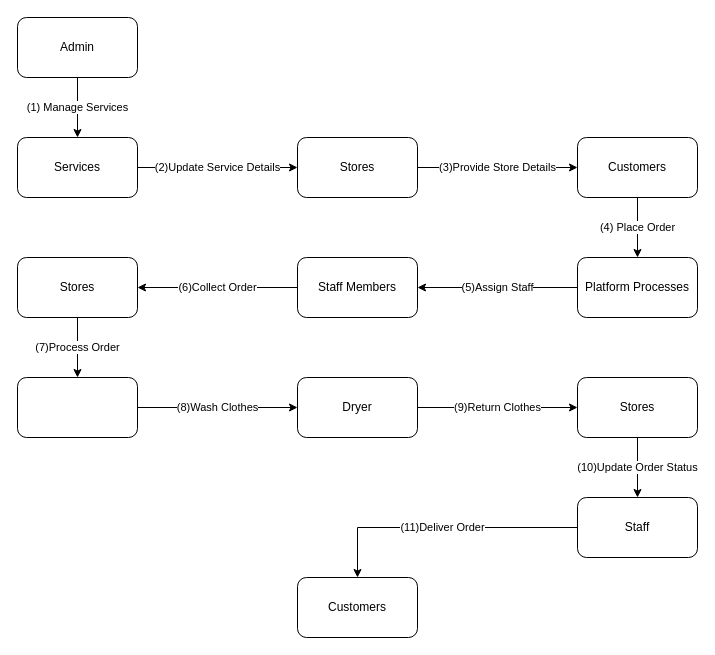
Above: Untitled Diagram.drawio in loint5201/Laundry-MiddlePlatform (draw.io), before the change. Source tidied: cells renumbered, new cells numbered last; positions are measured from the earlier drawing's top-left corner, leaving out a move shared by most shapes. Both pictures are drawn from the tidied source at 100%, with x=0, y=0 at pixel (17, 17).
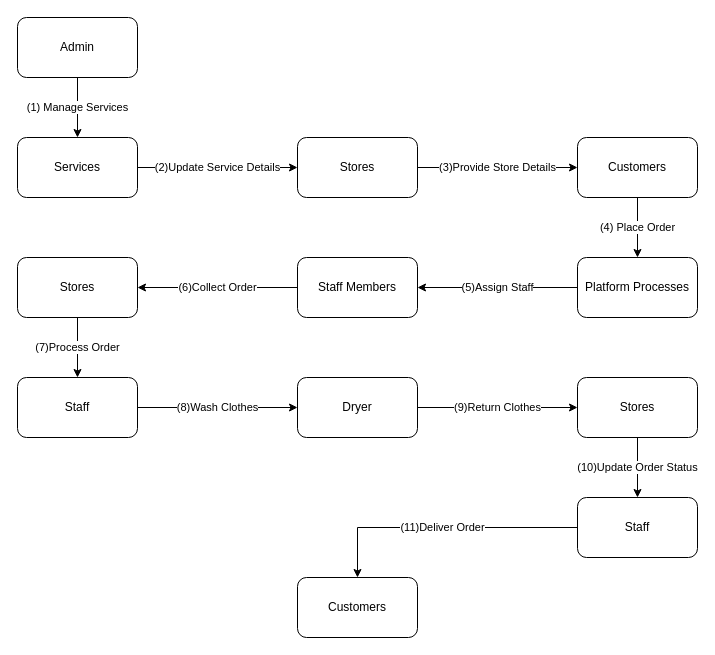
Above is the later version.

Change to the diagram source:
```diff
@@
-    <mxCell id="24" style="rounded=1;whiteSpace=wrap;html=1;" parent="1" vertex="1">
+    <mxCell id="24" value="Staff" style="rounded=1;whiteSpace=wrap;html=1;" parent="1" vertex="1">
       <mxGeometry y="360" width="120" height="60" as="geometry" />
     </mxCell>
```
